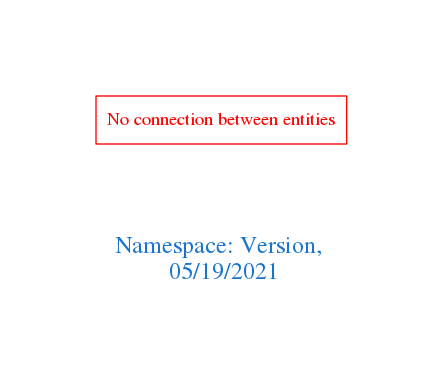
arago/OGIT keeps this Graphviz diagram as downloads/Version.png. Above is the earlier version. Its source is kept beside it as downloads/Version.dot.
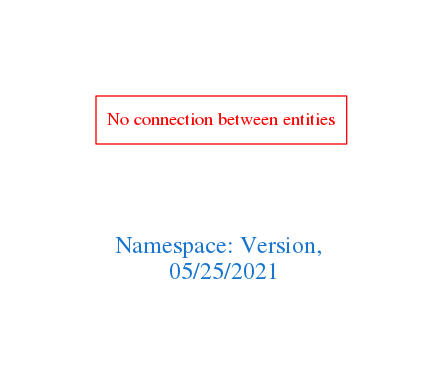
After the commit.

What changed in the source:
```diff
@@ -1,7 +1,7 @@
 digraph OGIT_ontology {
  graph [ rankdir= LR,pad=1
 fontsize = 18,
-fontcolor= dodgerblue3,label = "\n\n\nNamespace: Version, \n 05/19/2021"];
+fontcolor= dodgerblue3,label = "\n\n\nNamespace: Version, \n 05/25/2021"];
 node[shape=polygon];
 edge [  color="gray81"];
 
```
